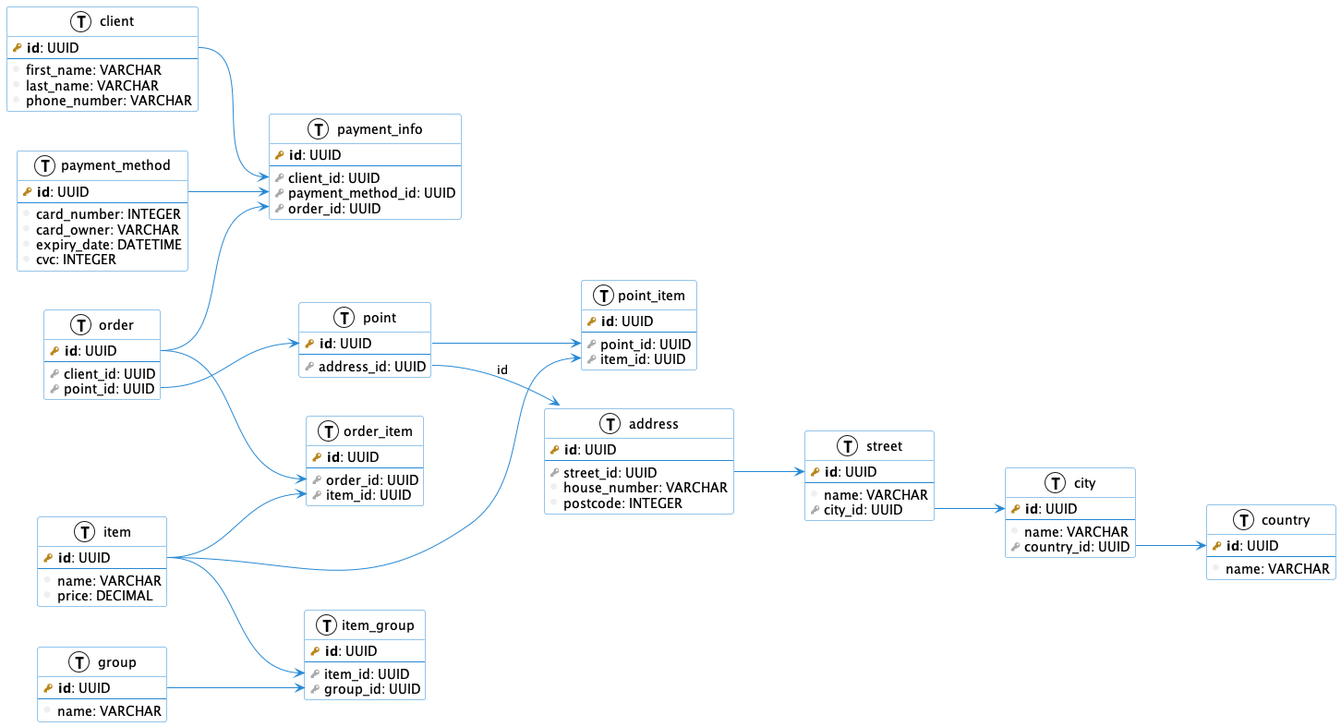
Before: db.png, a diagram exported from PlantUML (danilshvalov/databases-lab).
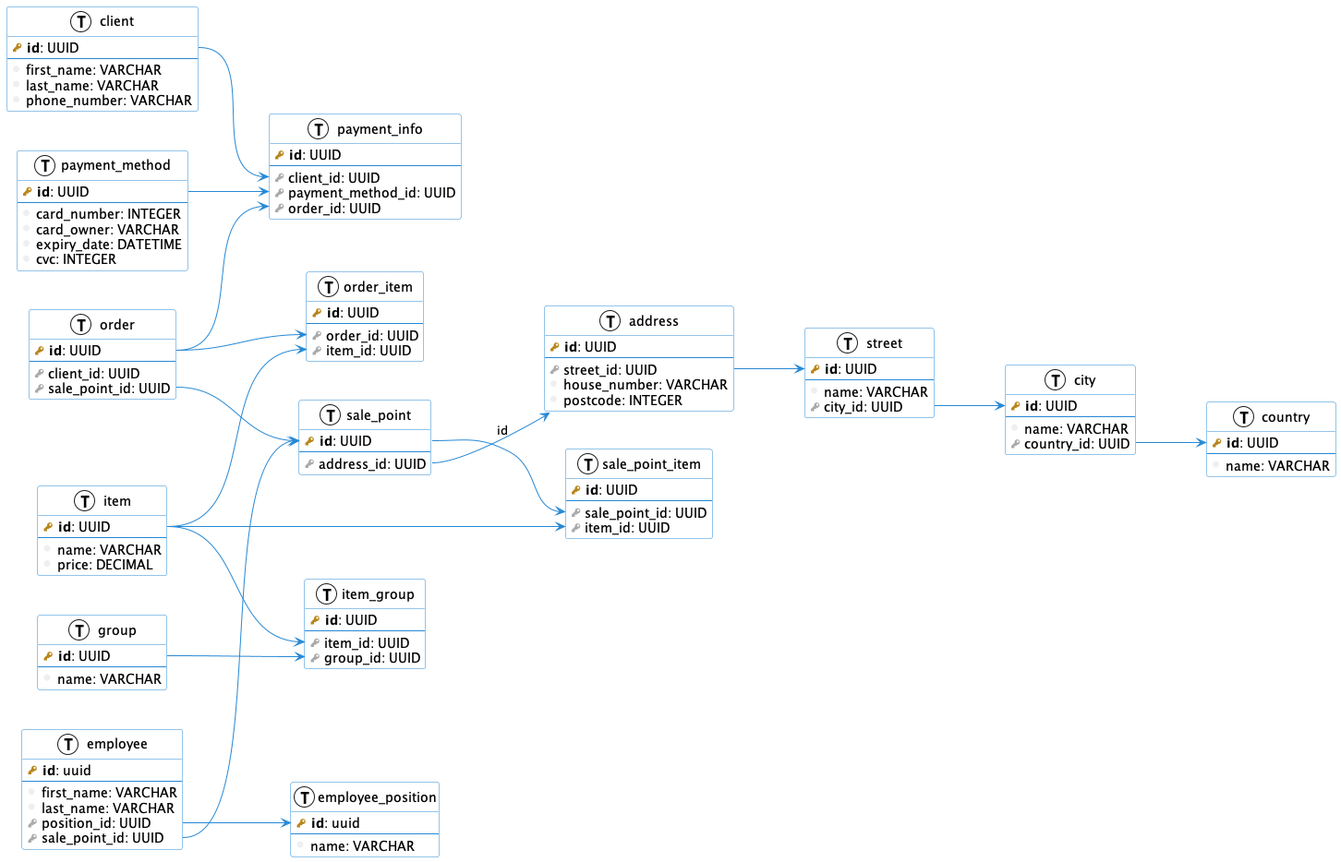
Later version of the same file.

Commit message:
feat(uml): add employee

The edit, as a diff of the source:
```diff
@@ -63,7 +63,7 @@
     primary_key(id): UUID
     --
     foreign_key(client_id): UUID
-    foreign_key(point_id): UUID
+    foreign_key(sale_point_id): UUID
 }
 
 table(order_item) {
@@ -73,16 +73,16 @@
     foreign_key(item_id): UUID
 }
 
-table(point) {
+table(sale_point) {
     primary_key(id): UUID
     --
     foreign_key(address_id): UUID
 }
 
-table(point_item) {
+table(sale_point_item) {
     primary_key(id): UUID
     --
-    foreign_key(point_id): UUID
+    foreign_key(sale_point_id): UUID
     foreign_key(item_id): UUID
 }
 
@@ -114,8 +114,23 @@
     column(postcode): INTEGER
 }
 
-point::id --> point_item::point_id
-item::id --> point_item::item_id
+table(employee) {
+    primary_key(id): uuid
+    --
+    column(first_name): VARCHAR
+    column(last_name): VARCHAR
+    foreign_key(position_id): UUID
+    foreign_key(sale_point_id): UUID
+}
+
+table(employee_position) {
+    primary_key(id): uuid
+    --
+    column(name): VARCHAR
+}
+
+sale_point::id --> sale_point_item::sale_point_id
+item::id --> sale_point_item::item_id
 
 payment_method::id --> payment_info::payment_method_id
 client::id --> payment_info::client_id
@@ -127,9 +142,9 @@
 item::id --> item_group::item_id
 group::id --> item_group::group_id
 
-order::point_id --> point::id
+order::sale_point_id --> sale_point::id
 
-point::address_id --> address:id
+sale_point::address_id --> address:id
 
 city::country_id --> country::id
 
@@ -137,4 +152,7 @@
 
 address::street_id --> street::id
 
+employee::position_id --> employee_position::id
+employee::sale_point --> sale_point::id
+
 @enduml
```
